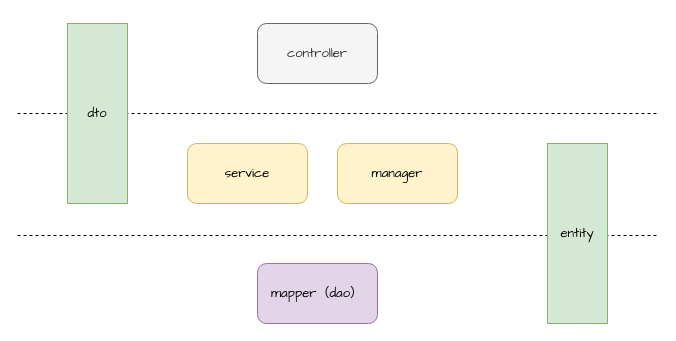
Earlier version of the draw.io diagram root/代码分层结构.drawio (yzzh9/yzzh9). Source tidied: cells renumbered, new cells numbered last; positions are measured from the earlier drawing's top-left corner, leaving out a move shared by most shapes. Both pictures are drawn from the tidied source at 100%, with x=0, y=0 at pixel (17, 23).
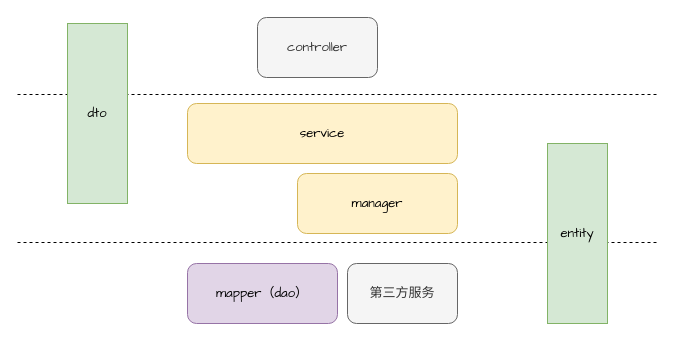
Above is the later version.

Commit message:
Update 代码分层结构.drawio

Change to the diagram source:
```diff
@@
 <mxGraphModel>
   <root>
     <mxCell id="0" />
     <mxCell id="1" parent="0" />
     <mxCell id="2" value="controller" style="rounded=1;whiteSpace=wrap;html=1;fillColor=#f5f5f5;strokeColor=#666666;fontColor=#333333;fontFamily=Comic Sans MS;fontSize=13;" parent="1" vertex="1">
-      <mxGeometry x="240" width="120" height="60" as="geometry" />
+      <mxGeometry x="240" y="-6" width="120" height="60" as="geometry" />
     </mxCell>
     <mxCell id="3" style="endArrow=none;html=1;dashed=1;fontFamily=Comic Sans MS;fontSize=13;" parent="1" edge="1">
       <mxGeometry relative="1" as="geometry">
-        <mxPoint y="90" as="sourcePoint" />
-        <mxPoint x="640" y="90" as="targetPoint" />
+        <mxPoint y="71" as="sourcePoint" />
+        <mxPoint x="640" y="71" as="targetPoint" />
       </mxGeometry>
     </mxCell>
     <mxCell id="4" value="service" style="rounded=1;whiteSpace=wrap;html=1;fillColor=#fff2cc;strokeColor=#d6b656;fontFamily=Comic Sans MS;fontSize=13;" parent="1" vertex="1">
-      <mxGeometry x="170" y="120" width="120" height="60" as="geometry" />
+      <mxGeometry x="170" y="80" width="270" height="60" as="geometry" />
     </mxCell>
     <mxCell id="5" value="manager" style="rounded=1;whiteSpace=wrap;html=1;fillColor=#fff2cc;strokeColor=#d6b656;fontFamily=Comic Sans MS;fontSize=13;" parent="1" vertex="1">
-      <mxGeometry x="320" y="120" width="120" height="60" as="geometry" />
+      <mxGeometry x="280" y="150" width="160" height="60" as="geometry" />
     </mxCell>
     <mxCell id="6" value="mapper（dao）" style="rounded=1;whiteSpace=wrap;html=1;fillColor=#e1d5e7;strokeColor=#9673a6;fontFamily=Comic Sans MS;fontSize=13;" parent="1" vertex="1">
-      <mxGeometry x="240" y="240" width="120" height="60" as="geometry" />
+      <mxGeometry x="170" y="240" width="150" height="60" as="geometry" />
     </mxCell>
     <mxCell id="7" style="endArrow=none;html=1;dashed=1;fontFamily=Comic Sans MS;fontSize=13;" parent="1" edge="1">
       <mxGeometry relative="1" as="geometry">
-        <mxPoint y="212" as="sourcePoint" />
-        <mxPoint x="640" y="212" as="targetPoint" />
+        <mxPoint y="219" as="sourcePoint" />
+        <mxPoint x="640" y="219" as="targetPoint" />
       </mxGeometry>
     </mxCell>
     <mxCell id="8" value="dto" style="rounded=0;whiteSpace=wrap;html=1;fillColor=#d5e8d4;strokeColor=#82b366;fontFamily=Comic Sans MS;fontSize=13;" parent="1" vertex="1">
       <mxGeometry x="50" width="60" height="180" as="geometry" />
     </mxCell>
     <mxCell id="9" value="entity" style="rounded=0;whiteSpace=wrap;html=1;fillColor=#d5e8d4;strokeColor=#82b366;fontFamily=Comic Sans MS;fontSize=13;" parent="1" vertex="1">
       <mxGeometry x="530" y="120" width="60" height="180" as="geometry" />
     </mxCell>
+    <mxCell id="10" value="第三方服务" style="rounded=1;whiteSpace=wrap;html=1;fillColor=#f5f5f5;strokeColor=#666666;fontFamily=Comic Sans MS;fontSize=13;fontColor=#333333;" parent="1" vertex="1">
+      <mxGeometry x="330" y="240" width="110" height="60" as="geometry" />
+    </mxCell>
   </root>
 </mxGraphModel>
```
